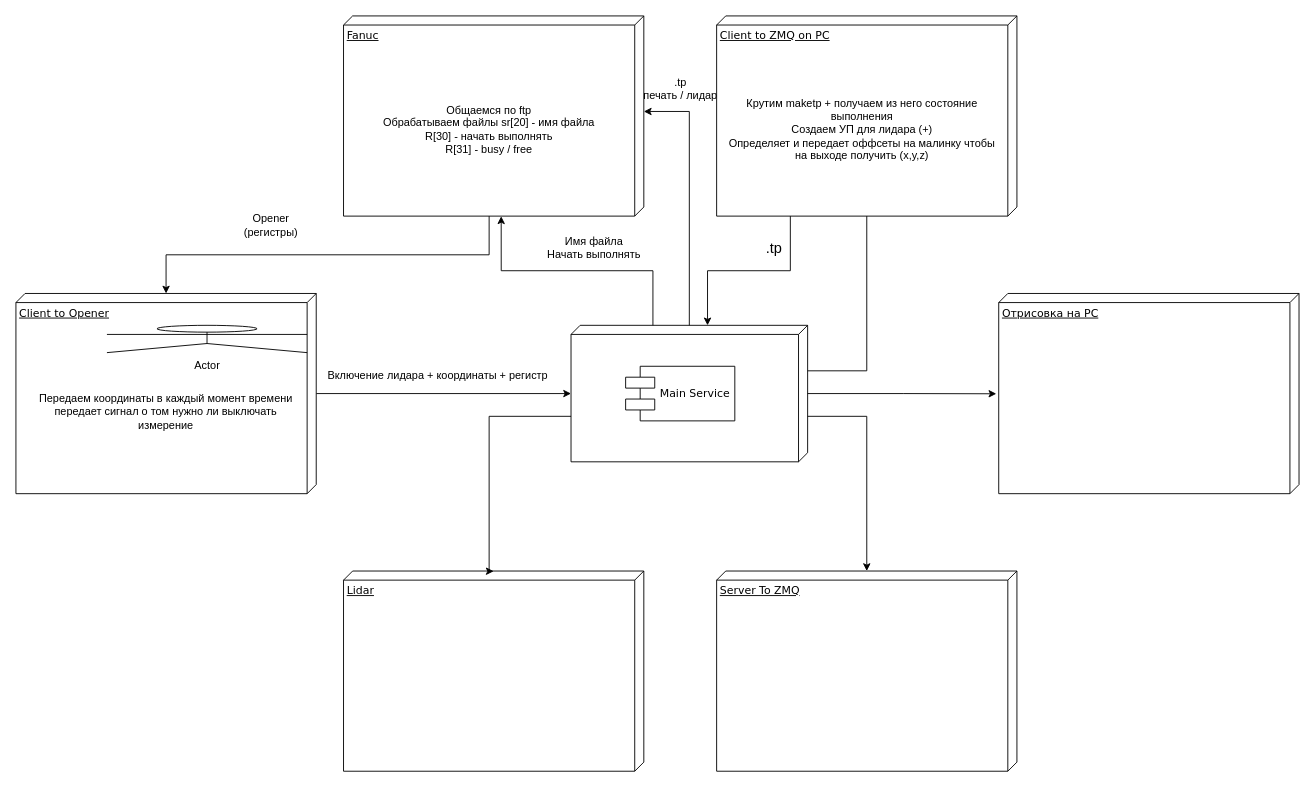
Above: Диаграмма без названия.drawio in voinov-arduino/Fanuc (draw.io), before the change. Source tidied: cells renumbered, new cells numbered last; positions are measured from the earlier drawing's top-left corner, leaving out a move shared by most shapes. Both pictures are drawn from the tidied source at 91%, with x=0, y=0 at pixel (15, 15).
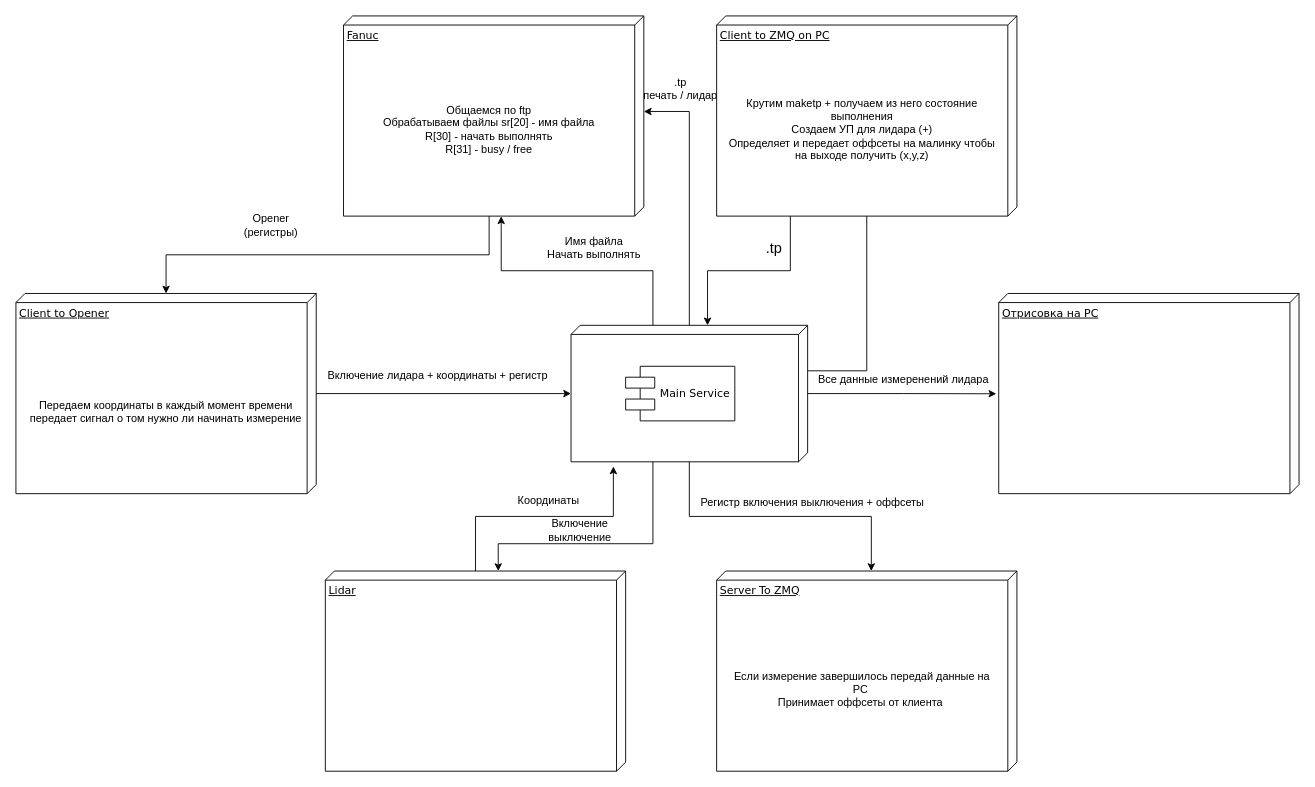
Above is the later version.

The change refers to these unchanged cells:
```xml
<mxCell id="4" style="verticalAlign=top;align=left;spacingTop=8;spacingLeft=2;spacingRight=12;shape=cube;size=10;direction=south;fontStyle=4;html=1;rounded=0;shadow=0;comic=0;labelBackgroundColor=none;strokeWidth=1;fontFamily=Verdana;fontSize=12;" parent="1" vertex="1">
  <mxGeometry x="610" y="340" width="260" height="150" as="geometry" />
</mxCell>
<mxCell id="8" value="Server To ZMQ" style="verticalAlign=top;align=left;spacingTop=8;spacingLeft=2;spacingRight=12;shape=cube;size=10;direction=south;fontStyle=4;html=1;rounded=0;shadow=0;comic=0;labelBackgroundColor=none;strokeWidth=1;fontFamily=Verdana;fontSize=12;" parent="1" vertex="1">
  <mxGeometry x="770" y="610" width="330" height="220" as="geometry" />
</mxCell>
```

What changed in the source:
```diff
@@
-    <mxCell id="9" style="edgeStyle=orthogonalEdgeStyle;rounded=0;jettySize=auto;html=1;entryX=0;entryY=0.5;entryDx=0;entryDy=0;entryPerimeter=0;" parent="1" edge="1" source="4" target="8">
-      <mxGeometry relative="1" as="geometry">
-        <Array as="points">
-          <mxPoint x="935" y="440" />
-        </Array>
-      </mxGeometry>
-    </mxCell>
     <mxCell id="10" value="Lidar" style="verticalAlign=top;align=left;spacingTop=8;spacingLeft=2;spacingRight=12;shape=cube;size=10;direction=south;fontStyle=4;html=1;rounded=0;shadow=0;comic=0;labelBackgroundColor=none;strokeWidth=1;fontFamily=Verdana;fontSize=12;" parent="1" vertex="1">
-      <mxGeometry x="360" y="610" width="330" height="220" as="geometry" />
+      <mxGeometry x="340" y="610" width="330" height="220" as="geometry" />
     </mxCell>
-    <mxCell id="11" style="edgeStyle=orthogonalEdgeStyle;rounded=0;jettySize=auto;html=1;entryX=0.001;entryY=0.5;entryDx=0;entryDy=0;entryPerimeter=0;" parent="1" edge="1" source="4" target="10">
-      <mxGeometry relative="1" as="geometry">
-        <Array as="points">
-          <mxPoint x="520" y="440" />
-          <mxPoint x="520" y="610" />
-        </Array>
-      </mxGeometry>
-    </mxCell>
@@
-    <mxCell id="19" value="Передаем координаты в каждый момент времени&lt;br&gt;передает сигнал о том нужно ли выключать измерение" style="text;html=1;strokeColor=none;fillColor=none;align=center;verticalAlign=middle;whiteSpace=wrap;rounded=0;" parent="1" vertex="1">
+    <mxCell id="19" value="Передаем координаты в каждый момент времени&lt;br&gt;передает сигнал о том нужно ли начинать измерение" style="text;html=1;strokeColor=none;fillColor=none;align=center;verticalAlign=middle;whiteSpace=wrap;rounded=0;" parent="1" vertex="1">
       <mxGeometry x="10" y="350" width="310" height="170" as="geometry" />
     </mxCell>
@@
-    <mxCell id="27" value="Actor" style="shape=umlActor;verticalLabelPosition=bottom;verticalAlign=top;html=1;" parent="1" vertex="1">
-      <mxGeometry x="100" y="340" width="220" height="30" as="geometry" />
-    </mxCell>
+    <mxCell id="9" style="edgeStyle=orthogonalEdgeStyle;rounded=0;jettySize=auto;html=1;entryX=0;entryY=0;entryDx=0;entryDy=160;entryPerimeter=0;" parent="1" edge="1" source="4" target="8">
+      <mxGeometry relative="1" as="geometry" />
+    </mxCell>
+    <mxCell id="28" value="Регистр включения выключения + оффсеты" style="text;html=1;align=center;verticalAlign=middle;strokeColor=none;fillColor=none;" parent="1" vertex="1">
+      <mxGeometry x="740" y="520" width="270" height="30" as="geometry" />
+    </mxCell>
+    <mxCell id="29" value="Если измерение завершилось передай данные на PC&amp;nbsp;&lt;br&gt;Принимает оффсеты от клиента&amp;nbsp;" style="text;html=1;strokeColor=none;fillColor=none;align=center;verticalAlign=middle;whiteSpace=wrap;rounded=0;" parent="1" vertex="1">
+      <mxGeometry x="780" y="660" width="300" height="160" as="geometry" />
+    </mxCell>
+    <mxCell id="30" style="edgeStyle=orthogonalEdgeStyle;rounded=0;jettySize=auto;html=1;" parent="1" edge="1" source="4">
+      <mxGeometry relative="1" as="geometry">
+        <mxPoint x="530" y="610" as="targetPoint" />
+        <Array as="points">
+          <mxPoint x="700" y="580" />
+          <mxPoint x="530" y="580" />
+          <mxPoint x="530" y="610" />
+        </Array>
+      </mxGeometry>
+    </mxCell>
+    <mxCell id="31" style="edgeStyle=orthogonalEdgeStyle;rounded=0;jettySize=auto;html=1;entryX=1.034;entryY=0.821;entryDx=0;entryDy=0;entryPerimeter=0;" parent="1" edge="1" source="10" target="4">
+      <mxGeometry relative="1" as="geometry" />
+    </mxCell>
+    <mxCell id="32" value="Включение выключение" style="text;html=1;strokeColor=none;fillColor=none;align=center;verticalAlign=middle;whiteSpace=wrap;rounded=0;" parent="1" vertex="1">
+      <mxGeometry x="560" y="550" width="120" height="30" as="geometry" />
+    </mxCell>
+    <mxCell id="33" value="Координаты" style="text;html=1;align=center;verticalAlign=middle;strokeColor=none;fillColor=none;" parent="1" vertex="1">
+      <mxGeometry x="540" y="518" width="90" height="30" as="geometry" />
+    </mxCell>
+    <mxCell id="34" value="Все данные измеренений лидара" style="text;html=1;align=center;verticalAlign=middle;strokeColor=none;fillColor=none;" parent="1" vertex="1">
+      <mxGeometry x="870" y="385" width="210" height="30" as="geometry" />
+    </mxCell>
```
